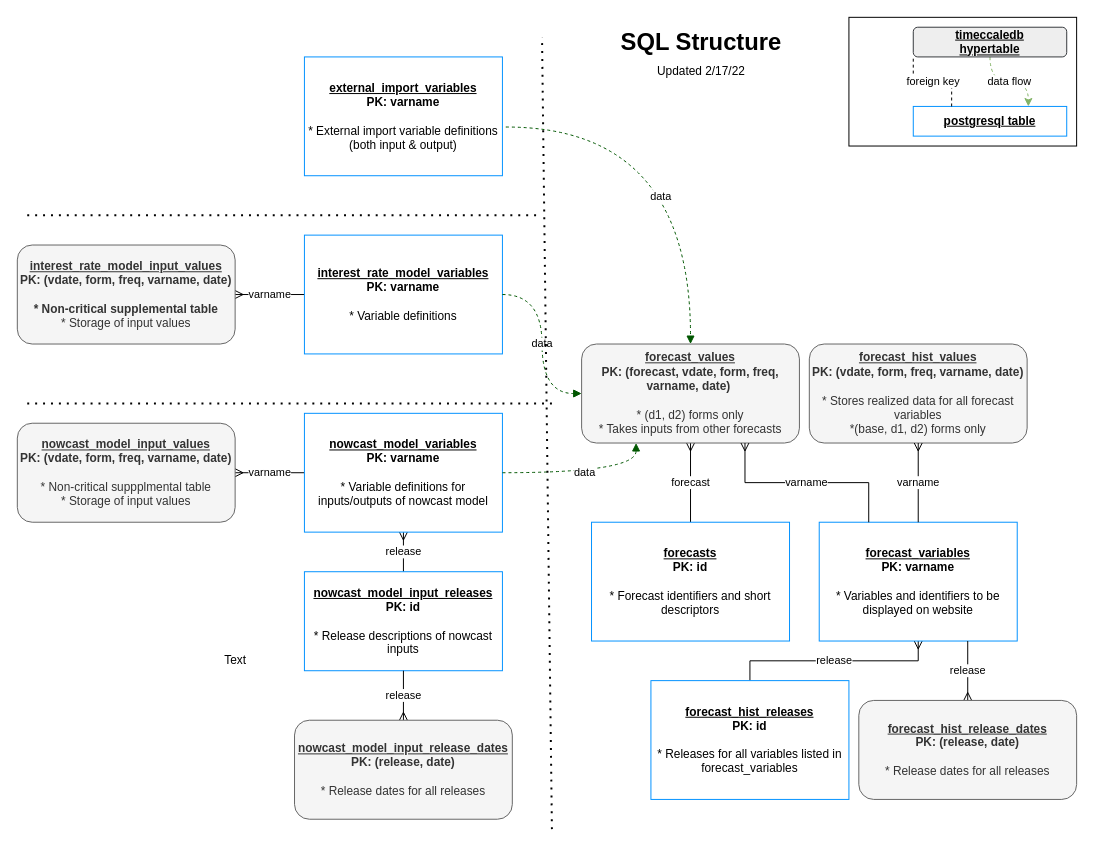
Above: page "sql-structure" (1 of 2) of docs/diagram.drawio in bongohead/econforecasting-r (draw.io), before the change. Source tidied: cells renumbered, new cells numbered last; positions are measured from the earlier drawing's top-left corner, leaving out a move shared by most shapes. Both pictures are drawn from the tidied source at 99%, with x=0, y=0 at pixel (17, 17).
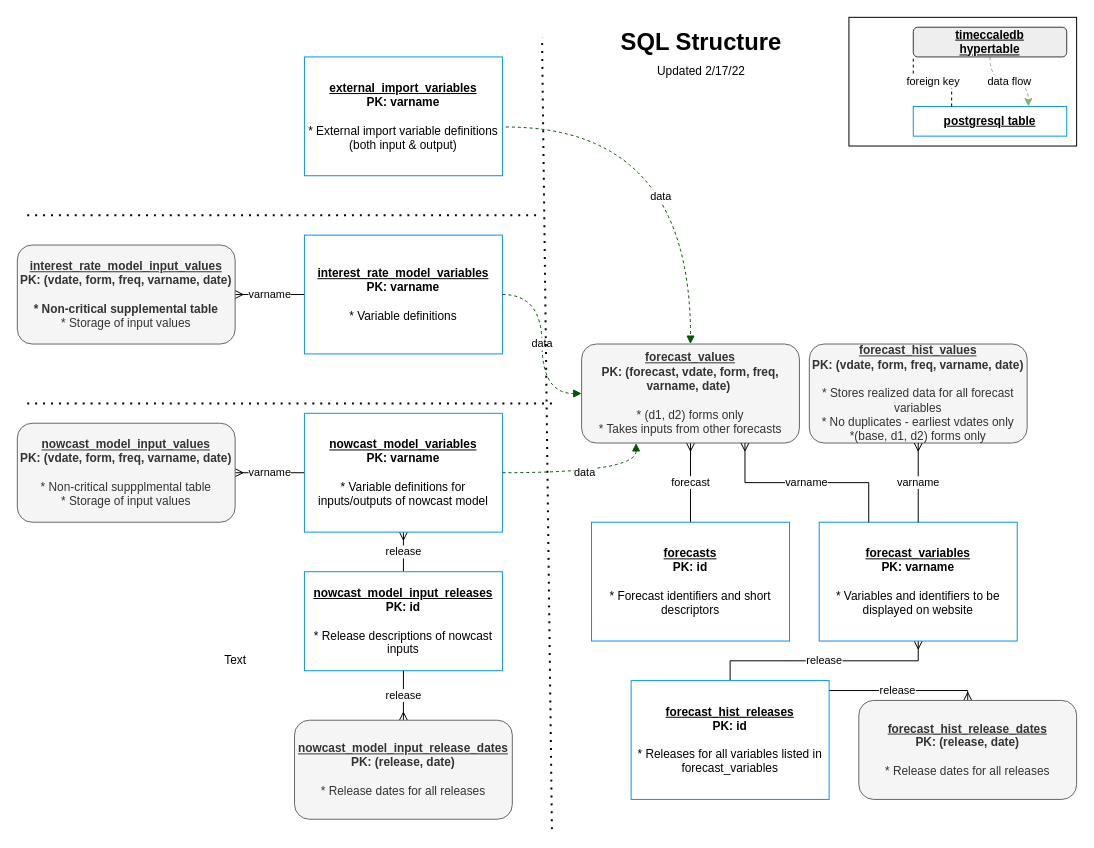
After the change.

The change refers to these unchanged cells:
```xml
<mxCell id="4" value="&lt;u&gt;forecast_variables&lt;br&gt;&lt;/u&gt;PK: varname&lt;br&gt;&lt;br&gt;&lt;div&gt;&lt;span style=&quot;font-weight: normal ; line-height: 1.2&quot;&gt;* Variables and identifiers to be displayed on website&lt;/span&gt;&lt;/div&gt;" style="rounded=0;whiteSpace=wrap;html=1;glass=0;shadow=0;sketch=0;fontStyle=1;align=center;strokeColor=#0392FF;" parent="1" vertex="1">
  <mxGeometry x="810" y="510" width="200" height="120" as="geometry" />
</mxCell>
<mxCell id="26" value="&lt;u&gt;forecast_hist_release_dates&lt;br&gt;&lt;/u&gt;PK: (release, date)&lt;br&gt;&lt;div&gt;&lt;br&gt;&lt;/div&gt;&lt;div&gt;&lt;span style=&quot;font-weight: 400&quot;&gt;* Release dates for all releases&lt;/span&gt;&lt;/div&gt;" style="rounded=1;whiteSpace=wrap;html=1;glass=0;shadow=0;sketch=0;fontStyle=1;align=center;fillColor=#f5f5f5;fontColor=#333333;strokeColor=#666666;" parent="1" vertex="1">
  <mxGeometry x="850" y="690" width="220" height="100" as="geometry" />
</mxCell>
```

What changed in the source:
```diff
@@
-    <mxCell id="8" value="&lt;u&gt;forecast_hist_values&lt;br&gt;&lt;/u&gt;PK: (vdate, form, freq, varname, date)&lt;br&gt;&amp;nbsp;&lt;br&gt;&lt;div&gt;&lt;span style=&quot;font-weight: 400&quot;&gt;* Stores realized data for all forecast variables&lt;/span&gt;&lt;/div&gt;&lt;div&gt;&lt;span style=&quot;font-weight: 400&quot;&gt;*(base, d1, d2) forms only&lt;/span&gt;&lt;/div&gt;" style="rounded=1;whiteSpace=wrap;html=1;glass=0;shadow=0;sketch=0;fontStyle=1;align=center;fillColor=#f5f5f5;fontColor=#333333;strokeColor=#666666;" parent="1" vertex="1">
+    <mxCell id="8" value="&lt;u&gt;forecast_hist_values&lt;br&gt;&lt;/u&gt;PK: (vdate, form, freq, varname, date)&lt;br&gt;&amp;nbsp;&lt;br&gt;&lt;div&gt;&lt;span style=&quot;font-weight: 400&quot;&gt;* Stores realized data for all forecast variables&lt;/span&gt;&lt;/div&gt;&lt;div&gt;&lt;span style=&quot;font-weight: 400&quot;&gt;* No duplicates - earliest vdates only&lt;/span&gt;&lt;/div&gt;&lt;div&gt;&lt;span style=&quot;font-weight: 400&quot;&gt;*(base, d1, d2) forms only&lt;/span&gt;&lt;/div&gt;" style="rounded=1;whiteSpace=wrap;html=1;glass=0;shadow=0;sketch=0;fontStyle=1;align=center;fillColor=#f5f5f5;fontColor=#333333;strokeColor=#666666;" parent="1" vertex="1">
       <mxGeometry x="800" y="330" width="220" height="100" as="geometry" />
     </mxCell>
@@
-    <mxCell id="25" value="release" style="edgeStyle=orthogonalEdgeStyle;rounded=0;jettySize=auto;html=1;startArrow=ERmany;startFill=0;endArrow=none;endFill=0;entryX=0.75;entryY=1;entryDx=0;entryDy=0;" parent="1" edge="1" source="26" target="4">
-      <mxGeometry relative="1" as="geometry" />
+    <mxCell id="25" value="release" style="edgeStyle=orthogonalEdgeStyle;rounded=0;jettySize=auto;html=1;startArrow=ERmany;startFill=0;endArrow=none;endFill=0;exitX=0.5;exitY=0;exitDx=0;exitDy=0;entryX=0.995;entryY=0.167;entryDx=0;entryDy=0;entryPerimeter=0;" parent="1" edge="1" source="26" target="27">
+      <mxGeometry relative="1" as="geometry">
+        <Array as="points">
+          <mxPoint x="960" y="680" />
+          <mxPoint x="819" y="680" />
+        </Array>
+      </mxGeometry>
     </mxCell>
@@
     <mxCell id="27" value="&lt;u&gt;forecast_hist_releases&lt;/u&gt;&lt;br&gt;PK: id&lt;br&gt;&lt;span style=&quot;font-weight: normal&quot;&gt;&lt;br&gt;* Releases for all variables listed in forecast_variables&lt;/span&gt;" style="rounded=0;whiteSpace=wrap;html=1;glass=0;shadow=0;sketch=0;fontStyle=1;align=center;strokeColor=#0392FF;" parent="1" vertex="1">
-      <mxGeometry x="640" y="670" width="200" height="120" as="geometry" />
+      <mxGeometry x="620" y="670" width="200" height="120" as="geometry" />
     </mxCell>
```
